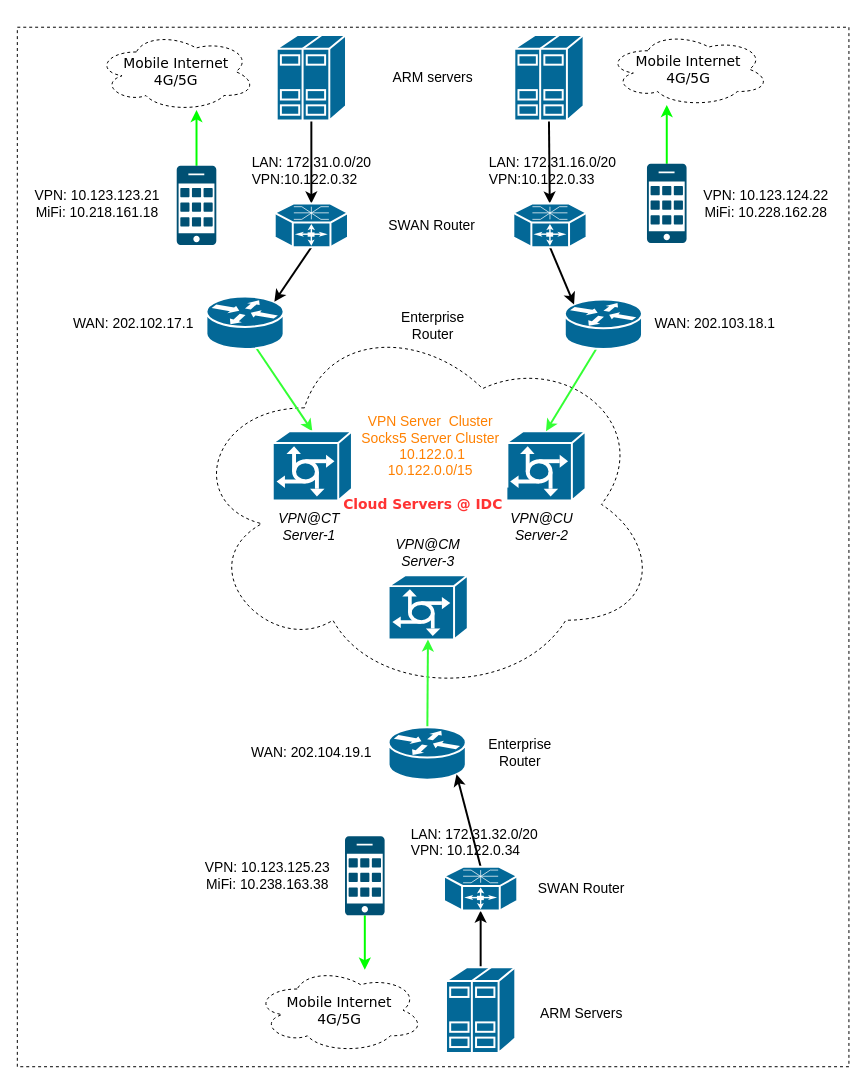
Above: Untitled Diagram.drawio in nxtreaming/andy_study (draw.io), before the change. Source tidied: cells renumbered, new cells numbered last; positions are measured from the earlier drawing's top-left corner, leaving out a move shared by most shapes. Both pictures are drawn from the tidied source at 99%, with x=0, y=0 at pixel (17, 27).
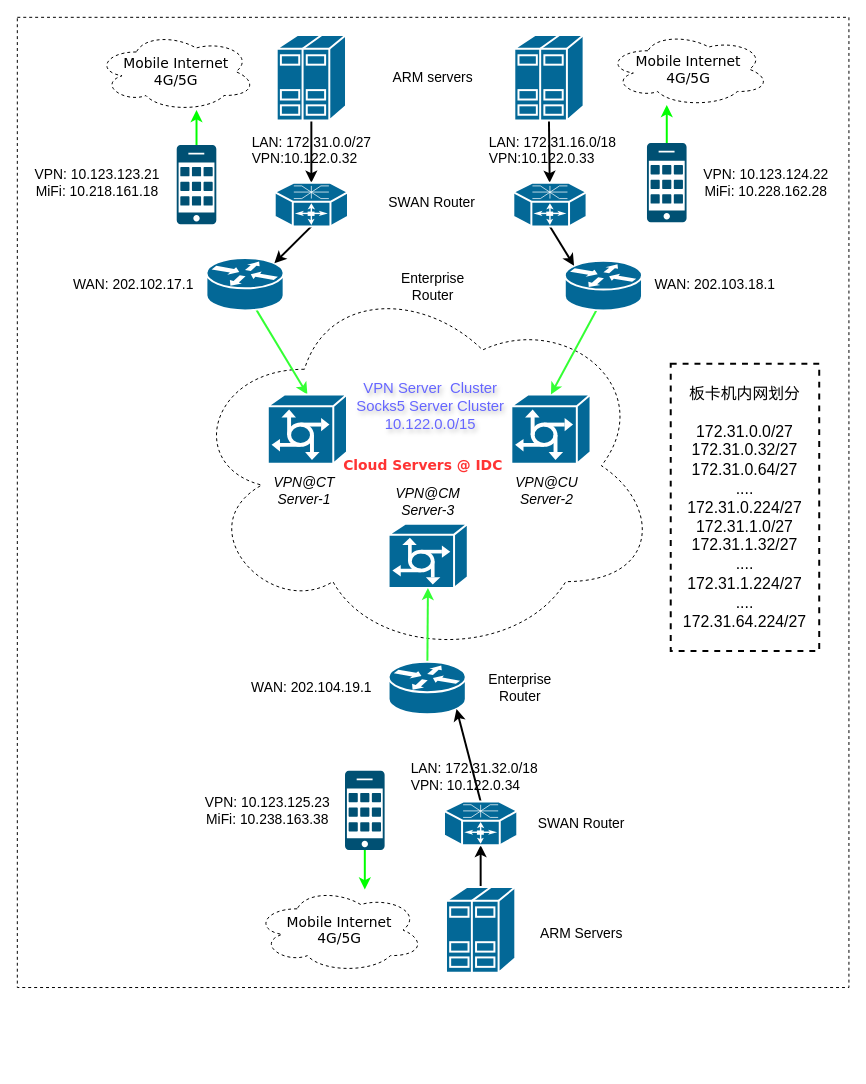
The same diagram, later.

What changed in the source:
```diff
@@
     <mxCell id="2" style="whiteSpace=wrap;html=1;fontColor=#0000FF;dashed=1;" parent="1" vertex="1">
-      <mxGeometry width="840" height="1050" as="geometry" />
+      <mxGeometry y="-10" width="840" height="980" as="geometry" />
     </mxCell>
     <mxCell id="3" value="&lt;font color=&quot;#ff3333&quot; style=&quot;font-size: 14px;&quot;&gt;&lt;b&gt;Cloud Servers @ IDC&lt;/b&gt;&lt;/font&gt;" style="ellipse;shape=cloud;whiteSpace=wrap;html=1;rounded=0;shadow=0;comic=0;strokeWidth=1;fontFamily=Verdana;fontSize=12;fontColor=#9933FF;dashed=1;" parent="1" vertex="1">
-      <mxGeometry x="170" y="287" width="480" height="390" as="geometry" />
+      <mxGeometry x="170" y="248" width="480" height="390" as="geometry" />
     </mxCell>
@@
     <mxCell id="6" style="shape=mxgraph.cisco.routers.router;html=1;dashed=0;fillColor=#036897;strokeColor=#ffffff;strokeWidth=2;verticalLabelPosition=bottom;verticalAlign=top;rounded=0;shadow=0;comic=0;fontFamily=Verdana;fontSize=12;" parent="1" vertex="1">
-      <mxGeometry x="191" y="272" width="78" height="53" as="geometry" />
+      <mxGeometry x="191" y="233" width="78" height="53" as="geometry" />
     </mxCell>
@@
     <mxCell id="8" style="sketch=0;points=[[0.015,0.015,0],[0.985,0.015,0],[0.985,0.985,0],[0.015,0.985,0],[0.25,0,0],[0.5,0,0],[0.75,0,0],[1,0.25,0],[1,0.5,0],[1,0.75,0],[0.75,1,0],[0.5,1,0],[0.25,1,0],[0,0.75,0],[0,0.5,0],[0,0.25,0]];verticalLabelPosition=bottom;html=1;verticalAlign=top;align=center;shape=mxgraph.cisco19.cell_phone;fillColor=#005073;strokeColor=none;" parent="1" vertex="1">
-      <mxGeometry x="161" y="140" width="40" height="80" as="geometry" />
+      <mxGeometry x="161" y="119" width="40" height="80" as="geometry" />
     </mxCell>
     <mxCell id="9" style="shape=mxgraph.cisco.servers.communications_server;sketch=0;html=1;dashed=0;fillColor=#036897;strokeColor=#ffffff;strokeWidth=2;verticalLabelPosition=bottom;verticalAlign=top;align=center;outlineConnect=0;" parent="1" vertex="1">
-      <mxGeometry x="258" y="408" width="80" height="70" as="geometry" />
+      <mxGeometry x="253" y="371" width="80" height="70" as="geometry" />
     </mxCell>
@@
     <mxCell id="13" style="shape=mxgraph.cisco.servers.communications_server;sketch=0;html=1;dashed=0;fillColor=#036897;strokeColor=#ffffff;strokeWidth=2;verticalLabelPosition=bottom;verticalAlign=top;align=center;outlineConnect=0;" parent="1" vertex="1">
-      <mxGeometry x="494" y="408" width="80" height="70" as="geometry" />
+      <mxGeometry x="499" y="371" width="80" height="70" as="geometry" />
     </mxCell>
     <mxCell id="14" style="shape=mxgraph.cisco.servers.communications_server;sketch=0;html=1;dashed=0;fillColor=#036897;strokeColor=#ffffff;strokeWidth=2;verticalLabelPosition=bottom;verticalAlign=top;align=center;outlineConnect=0;" parent="1" vertex="1">
-      <mxGeometry x="375" y="553.5" width="80" height="65" as="geometry" />
+      <mxGeometry x="375" y="501.5" width="80" height="65" as="geometry" />
     </mxCell>
     <mxCell id="15" value="&lt;font style=&quot;font-size: 14px;&quot;&gt;&lt;i style=&quot;&quot;&gt;VPN@CT Server-1&lt;/i&gt;&lt;/font&gt;" style="text;strokeColor=none;align=center;fillColor=#FFFFFF;html=1;verticalAlign=middle;whiteSpace=wrap;rounded=0;fontColor=#000000;" parent="1" vertex="1">
-      <mxGeometry x="265" y="489" width="60" height="30" as="geometry" />
+      <mxGeometry x="260" y="453" width="60" height="30" as="geometry" />
     </mxCell>
     <mxCell id="16" value="&lt;font style=&quot;font-size: 14px;&quot;&gt;&lt;i&gt;VPN@CM Server-3&lt;/i&gt;&lt;/font&gt;" style="text;strokeColor=none;align=center;fillColor=#FFFFFF;html=1;verticalAlign=middle;whiteSpace=wrap;rounded=0;fontColor=#000000;" parent="1" vertex="1">
-      <mxGeometry x="385" y="516" width="60" height="30" as="geometry" />
+      <mxGeometry x="385" y="464" width="60" height="30" as="geometry" />
     </mxCell>
     <mxCell id="17" value="&lt;font style=&quot;font-size: 14px;&quot;&gt;&lt;i style=&quot;&quot;&gt;VPN@CU Server-2&lt;/i&gt;&lt;/font&gt;" style="text;strokeColor=none;align=center;fillColor=#FFFFFF;html=1;verticalAlign=middle;whiteSpace=wrap;rounded=0;fontColor=#000000;" parent="1" vertex="1">
-      <mxGeometry x="500" y="489" width="60" height="30" as="geometry" />
+      <mxGeometry x="505" y="453" width="60" height="30" as="geometry" />
     </mxCell>
@@
     <mxCell id="20" style="shape=mxgraph.cisco.routers.router;html=1;dashed=0;fillColor=#036897;strokeColor=#ffffff;strokeWidth=2;verticalLabelPosition=bottom;verticalAlign=top;rounded=0;shadow=0;comic=0;fontFamily=Verdana;fontSize=12;" parent="1" vertex="1">
-      <mxGeometry x="553" y="275" width="78" height="50" as="geometry" />
+      <mxGeometry x="553" y="236" width="78" height="50" as="geometry" />
     </mxCell>
@@
     <mxCell id="22" style="sketch=0;points=[[0.015,0.015,0],[0.985,0.015,0],[0.985,0.985,0],[0.015,0.985,0],[0.25,0,0],[0.5,0,0],[0.75,0,0],[1,0.25,0],[1,0.5,0],[1,0.75,0],[0.75,1,0],[0.5,1,0],[0.25,1,0],[0,0.75,0],[0,0.5,0],[0,0.25,0]];verticalLabelPosition=bottom;html=1;verticalAlign=top;align=center;shape=mxgraph.cisco19.cell_phone;fillColor=#005073;strokeColor=none;" parent="1" vertex="1">
-      <mxGeometry x="636" y="138" width="40" height="80" as="geometry" />
+      <mxGeometry x="636" y="117" width="40" height="80" as="geometry" />
     </mxCell>
@@
     <mxCell id="26" value="&lt;font style=&quot;font-size: 14px;&quot;&gt;Mobile Internet&lt;br&gt;4G/5G&lt;br&gt;&lt;/font&gt;" style="ellipse;shape=cloud;whiteSpace=wrap;html=1;rounded=0;shadow=0;comic=0;strokeWidth=1;fontFamily=Verdana;fontSize=12;dashed=1;" parent="1" vertex="1">
-      <mxGeometry x="240" y="950" width="171" height="86" as="geometry" />
+      <mxGeometry x="240" y="869" width="171" height="86" as="geometry" />
     </mxCell>
@@
     <mxCell id="28" style="shape=mxgraph.cisco.routers.router;html=1;dashed=0;fillColor=#036897;strokeColor=#ffffff;strokeWidth=2;verticalLabelPosition=bottom;verticalAlign=top;rounded=0;shadow=0;comic=0;fontFamily=Verdana;fontSize=12;" parent="1" vertex="1">
-      <mxGeometry x="375" y="707" width="78" height="53" as="geometry" />
+      <mxGeometry x="375" y="641" width="78" height="53" as="geometry" />
     </mxCell>
     <mxCell id="29" style="edgeStyle=orthogonalEdgeStyle;rounded=0;jettySize=auto;html=1;strokeWidth=2;strokeColor=#00FF00;" parent="1" edge="1" source="30" target="26">
       <mxGeometry relative="1" as="geometry">
         <Array as="points">
-          <mxPoint x="351" y="930" />
-          <mxPoint x="351" y="930" />
+          <mxPoint x="351" y="864" />
+          <mxPoint x="351" y="864" />
         </Array>
       </mxGeometry>
     </mxCell>
     <mxCell id="30" style="sketch=0;points=[[0.015,0.015,0],[0.985,0.015,0],[0.985,0.985,0],[0.015,0.985,0],[0.25,0,0],[0.5,0,0],[0.75,0,0],[1,0.25,0],[1,0.5,0],[1,0.75,0],[0.75,1,0],[0.5,1,0],[0.25,1,0],[0,0.75,0],[0,0.5,0],[0,0.25,0]];verticalLabelPosition=bottom;html=1;verticalAlign=top;align=center;shape=mxgraph.cisco19.cell_phone;fillColor=#005073;strokeColor=none;" parent="1" vertex="1">
-      <mxGeometry x="331" y="817.1" width="40" height="80" as="geometry" />
+      <mxGeometry x="331" y="751.1" width="40" height="80" as="geometry" />
     </mxCell>
@@
     <mxCell id="32" style="shape=mxgraph.cisco.servers.standard_host;sketch=0;html=1;dashed=0;fillColor=#036897;strokeColor=#ffffff;strokeWidth=2;verticalLabelPosition=bottom;verticalAlign=top;align=center;outlineConnect=0;" parent="1" vertex="1">
-      <mxGeometry x="433" y="949.5" width="70" height="86.5" as="geometry" />
+      <mxGeometry x="433" y="868.5" width="70" height="86.5" as="geometry" />
     </mxCell>
@@
     <mxCell id="35" value="&lt;font style=&quot;font-size: 14px;&quot;&gt;Enterprise Router&lt;/font&gt;" style="text;strokeColor=none;align=center;fillColor=#FFFFFF;html=1;verticalAlign=middle;whiteSpace=wrap;rounded=0;" parent="1" vertex="1">
-      <mxGeometry x="370" y="285.8" width="100" height="30" as="geometry" />
+      <mxGeometry x="370" y="246.8" width="100" height="30" as="geometry" />
     </mxCell>
     <mxCell id="36" value="&lt;font style=&quot;font-size: 14px;&quot;&gt;WAN: 202.102.17.1&lt;/font&gt;" style="text;strokeColor=none;align=center;fillColor=none;html=1;verticalAlign=middle;whiteSpace=wrap;rounded=0;" parent="1" vertex="1">
-      <mxGeometry x="50" y="285.8" width="135" height="26.5" as="geometry" />
+      <mxGeometry x="50" y="246.8" width="135" height="26.5" as="geometry" />
     </mxCell>
     <mxCell id="37" value="&lt;font style=&quot;font-size: 14px;&quot;&gt;WAN: 202.103.18.1&lt;/font&gt;" style="text;strokeColor=none;align=center;fillColor=none;html=1;verticalAlign=middle;whiteSpace=wrap;rounded=0;" parent="1" vertex="1">
-      <mxGeometry x="640" y="284.1" width="130" height="28.8" as="geometry" />
+      <mxGeometry x="640" y="245.1" width="130" height="28.8" as="geometry" />
     </mxCell>
     <mxCell id="38" value="&lt;font style=&quot;font-size: 14px;&quot;&gt;WAN: 202.104.19.1&lt;/font&gt;" style="text;strokeColor=none;align=center;fillColor=none;html=1;verticalAlign=middle;whiteSpace=wrap;rounded=0;" parent="1" vertex="1">
-      <mxGeometry x="229.5" y="717" width="135" height="31" as="geometry" />
+      <mxGeometry x="229.5" y="651" width="135" height="31" as="geometry" />
     </mxCell>
     <mxCell id="39" value="&lt;font style=&quot;font-size: 14px;&quot;&gt;VPN: 10.123.123.21&lt;br&gt;MiFi:&amp;nbsp;10.218.161.18&lt;br&gt;&lt;/font&gt;" style="text;strokeColor=none;align=center;fillColor=none;html=1;verticalAlign=middle;whiteSpace=wrap;rounded=0;" parent="1" vertex="1">
-      <mxGeometry x="10" y="153" width="142" height="50" as="geometry" />
+      <mxGeometry x="10" y="132" width="142" height="50" as="geometry" />
     </mxCell>
     <mxCell id="40" value="&lt;font style=&quot;font-size: 14px;&quot;&gt;VPN: 10.123.124.22&lt;br&gt;MiFi:&amp;nbsp;10.228.162.28&lt;br&gt;&lt;/font&gt;" style="text;strokeColor=none;align=center;fillColor=none;html=1;verticalAlign=middle;whiteSpace=wrap;rounded=0;" parent="1" vertex="1">
-      <mxGeometry x="683" y="153" width="147" height="50" as="geometry" />
+      <mxGeometry x="683" y="132" width="147" height="50" as="geometry" />
     </mxCell>
     <mxCell id="41" value="&lt;font style=&quot;font-size: 14px;&quot;&gt;VPN: 10.123.125.23&lt;br&gt;MiFi: 10.238.163.38&lt;br&gt;&lt;/font&gt;" style="text;strokeColor=none;align=center;fillColor=none;html=1;verticalAlign=middle;whiteSpace=wrap;rounded=0;" parent="1" vertex="1">
-      <mxGeometry x="181" y="831.7" width="144" height="50.9" as="geometry" />
+      <mxGeometry x="181" y="765.7" width="144" height="50.9" as="geometry" />
     </mxCell>
-    <mxCell id="42" value="&lt;font color=&quot;#ff8000&quot; style=&quot;font-size: 14px;&quot;&gt;VPN Server&amp;nbsp; Cluster&lt;br&gt;Socks5 Server Cluster&lt;br&gt;&amp;nbsp;10.122.0.1&lt;br&gt;10.122.0.0/15&lt;/font&gt;" style="text;strokeColor=none;align=center;fillColor=#FFFFFF;html=1;verticalAlign=middle;whiteSpace=wrap;rounded=0;" parent="1" vertex="1">
-      <mxGeometry x="339" y="380" width="157" height="85" as="geometry" />
+    <mxCell id="42" value="&lt;font color=&quot;#6666ff&quot; style=&quot;font-size: 15px;&quot;&gt;VPN Server&amp;nbsp; Cluster&lt;br&gt;Socks5 Server Cluster&lt;br&gt;10.122.0.0/15&lt;/font&gt;" style="text;align=center;html=1;verticalAlign=middle;whiteSpace=wrap;rounded=0;fontColor=#EA6B66;labelBorderColor=none;textShadow=1;" parent="1" vertex="1">
+      <mxGeometry x="339" y="339" width="157" height="85" as="geometry" />
     </mxCell>
     <mxCell id="43" style="shape=mxgraph.cisco.routers.optical_services_router;sketch=0;html=1;dashed=0;fillColor=#036897;strokeColor=#ffffff;strokeWidth=2;verticalLabelPosition=bottom;verticalAlign=top;align=center;outlineConnect=0;" parent="1" vertex="1">
-      <mxGeometry x="260" y="178" width="74" height="44.2" as="geometry" />
+      <mxGeometry x="260" y="157" width="74" height="44.2" as="geometry" />
     </mxCell>
     <mxCell id="44" value="&lt;font style=&quot;font-size: 14px;&quot;&gt;SWAN Router&lt;br&gt;&lt;/font&gt;" style="text;strokeColor=#FFFFFF;align=center;fillColor=#FFFFFF;html=1;verticalAlign=middle;whiteSpace=wrap;rounded=0;fontColor=#000000;" parent="1" vertex="1">
-      <mxGeometry x="369" y="185.1" width="100" height="30" as="geometry" />
+      <mxGeometry x="369" y="162.1" width="100" height="30" as="geometry" />
     </mxCell>
     <mxCell id="45" style="shape=mxgraph.cisco.routers.optical_services_router;sketch=0;html=1;dashed=0;fillColor=#036897;strokeColor=#ffffff;strokeWidth=2;verticalLabelPosition=bottom;verticalAlign=top;align=center;outlineConnect=0;" parent="1" vertex="1">
-      <mxGeometry x="501" y="178" width="74" height="44.2" as="geometry" />
+      <mxGeometry x="501" y="157" width="74" height="44.2" as="geometry" />
     </mxCell>
     <mxCell id="46" style="shape=mxgraph.cisco.routers.optical_services_router;sketch=0;html=1;dashed=0;fillColor=#036897;strokeColor=#ffffff;strokeWidth=2;verticalLabelPosition=bottom;verticalAlign=top;align=center;outlineConnect=0;" parent="1" vertex="1">
-      <mxGeometry x="431" y="848.1" width="74" height="44.2" as="geometry" />
+      <mxGeometry x="431" y="782.1" width="74" height="44.2" as="geometry" />
     </mxCell>
     <mxCell id="47" value="&lt;font style=&quot;font-size: 14px;&quot;&gt;Enterprise&lt;br&gt;Router&lt;br&gt;&lt;/font&gt;" style="text;strokeColor=none;align=center;fillColor=#FFFFFF;html=1;verticalAlign=middle;whiteSpace=wrap;rounded=0;" parent="1" vertex="1">
-      <mxGeometry x="470" y="718" width="75.5" height="30" as="geometry" />
+      <mxGeometry x="470" y="652" width="75.5" height="30" as="geometry" />
     </mxCell>
     <mxCell id="48" value="&lt;font style=&quot;font-size: 14px;&quot;&gt;SWAN Router&lt;br&gt;&lt;/font&gt;" style="text;strokeColor=none;align=center;fillColor=#FFFFFF;html=1;verticalAlign=middle;whiteSpace=wrap;rounded=0;fontColor=#000000;" parent="1" vertex="1">
-      <mxGeometry x="520" y="855.2" width="100" height="30" as="geometry" />
+      <mxGeometry x="520" y="789.2" width="100" height="30" as="geometry" />
     </mxCell>
     <mxCell id="49" value="&lt;font style=&quot;font-size: 14px;&quot;&gt;ARM Servers&lt;/font&gt;" style="text;strokeColor=none;align=center;fillColor=#FFFFFF;html=1;verticalAlign=middle;whiteSpace=wrap;rounded=0;" parent="1" vertex="1">
-      <mxGeometry x="520" y="981" width="100" height="30" as="geometry" />
+      <mxGeometry x="520" y="900" width="100" height="30" as="geometry" />
     </mxCell>
-    <mxCell id="50" value="&lt;font style=&quot;font-size: 14px;&quot;&gt;LAN: 172.31.0.0/20&lt;br&gt;&lt;div style=&quot;text-align: left;&quot;&gt;&lt;span style=&quot;background-color: initial;&quot;&gt;VPN:10.122.0.32&lt;/span&gt;&lt;/div&gt;&lt;/font&gt;" style="text;strokeColor=none;align=center;fillColor=none;html=1;verticalAlign=middle;whiteSpace=wrap;rounded=0;" parent="1" vertex="1">
-      <mxGeometry x="234.5" y="130" width="125" height="30" as="geometry" />
+    <mxCell id="50" value="&lt;font style=&quot;font-size: 14px;&quot;&gt;LAN: 172.31.0.0/27&lt;br&gt;&lt;div style=&quot;text-align: left;&quot;&gt;&lt;span style=&quot;background-color: initial;&quot;&gt;VPN:10.122.0.32&lt;/span&gt;&lt;/div&gt;&lt;/font&gt;" style="text;strokeColor=none;align=center;fillColor=none;html=1;verticalAlign=middle;whiteSpace=wrap;rounded=0;" parent="1" vertex="1">
+      <mxGeometry x="234.5" y="109" width="125" height="30" as="geometry" />
     </mxCell>
-    <mxCell id="51" value="&lt;font style=&quot;font-size: 14px;&quot;&gt;LAN: 172.31.16.0/20&lt;br&gt;&lt;div style=&quot;text-align: left;&quot;&gt;&lt;span style=&quot;background-color: initial;&quot;&gt;VPN:10.122.0.33&lt;/span&gt;&lt;/div&gt;&lt;/font&gt;" style="text;strokeColor=none;align=center;fillColor=none;html=1;verticalAlign=middle;whiteSpace=wrap;rounded=0;" parent="1" vertex="1">
-      <mxGeometry x="471" y="130" width="140" height="30" as="geometry" />
+    <mxCell id="51" value="&lt;font style=&quot;font-size: 14px;&quot;&gt;LAN: 172.31.16.0/18&lt;br&gt;&lt;div style=&quot;text-align: left;&quot;&gt;&lt;span style=&quot;background-color: initial;&quot;&gt;VPN:10.122.0.33&lt;/span&gt;&lt;/div&gt;&lt;/font&gt;" style="text;strokeColor=none;align=center;fillColor=none;html=1;verticalAlign=middle;whiteSpace=wrap;rounded=0;" parent="1" vertex="1">
+      <mxGeometry x="471" y="109" width="140" height="30" as="geometry" />
     </mxCell>
-    <mxCell id="52" value="&lt;font style=&quot;font-size: 14px;&quot;&gt;LAN: 172.31.32.0/20&lt;br&gt;&lt;div style=&quot;text-align: left;&quot;&gt;&lt;span style=&quot;background-color: initial;&quot;&gt;VPN: 10.122.0.34&lt;/span&gt;&lt;/div&gt;&lt;/font&gt;" style="text;strokeColor=none;align=center;fillColor=none;html=1;verticalAlign=middle;whiteSpace=wrap;rounded=0;" parent="1" vertex="1">
-      <mxGeometry x="392" y="808" width="140" height="30" as="geometry" />
+    <mxCell id="52" value="&lt;font style=&quot;font-size: 14px;&quot;&gt;LAN: 172.31.32.0/18&lt;br&gt;&lt;div style=&quot;text-align: left;&quot;&gt;&lt;span style=&quot;background-color: initial;&quot;&gt;VPN: 10.122.0.34&lt;/span&gt;&lt;/div&gt;&lt;/font&gt;" style="text;strokeColor=none;align=center;fillColor=none;html=1;verticalAlign=middle;whiteSpace=wrap;rounded=0;" parent="1" vertex="1">
+      <mxGeometry x="392" y="742" width="140" height="30" as="geometry" />
     </mxCell>
+    <mxCell id="53" value="&lt;div&gt;&lt;font size=&quot;3&quot;&gt;板卡机内网划分&lt;/font&gt;&lt;/div&gt;&lt;div&gt;&lt;font size=&quot;3&quot;&gt;&lt;br&gt;&lt;/font&gt;&lt;/div&gt;&lt;font size=&quot;3&quot;&gt;172.31.0.0/27&lt;/font&gt;&lt;div&gt;&lt;font size=&quot;3&quot;&gt;172.31.0.32/27&lt;/font&gt;&lt;/div&gt;&lt;div&gt;&lt;font size=&quot;3&quot;&gt;172.31.0.64/27&lt;/font&gt;&lt;/div&gt;&lt;div&gt;&lt;font size=&quot;3&quot;&gt;....&lt;/font&gt;&lt;/div&gt;&lt;div&gt;&lt;font size=&quot;3&quot;&gt;172.31.0.224/27&lt;/font&gt;&lt;/div&gt;&lt;div&gt;&lt;font size=&quot;3&quot;&gt;172.31.1.0/27&lt;/font&gt;&lt;/div&gt;&lt;div&gt;&lt;font size=&quot;3&quot;&gt;172.31.1.32/27&lt;/font&gt;&lt;/div&gt;&lt;div&gt;&lt;font size=&quot;3&quot;&gt;....&lt;/font&gt;&lt;/div&gt;&lt;div&gt;&lt;font size=&quot;3&quot;&gt;172.31.1.224/27&lt;/font&gt;&lt;/div&gt;&lt;div&gt;&lt;font size=&quot;3&quot;&gt;....&lt;/font&gt;&lt;/div&gt;&lt;div&gt;&lt;font size=&quot;3&quot;&gt;172.31.64.224/27&lt;/font&gt;&lt;/div&gt;" style="whiteSpace=wrap;html=1;strokeColor=default;dashed=1;strokeWidth=2;" parent="1" vertex="1">
+      <mxGeometry x="660" y="340" width="150" height="290" as="geometry" />
+    </mxCell>
```
